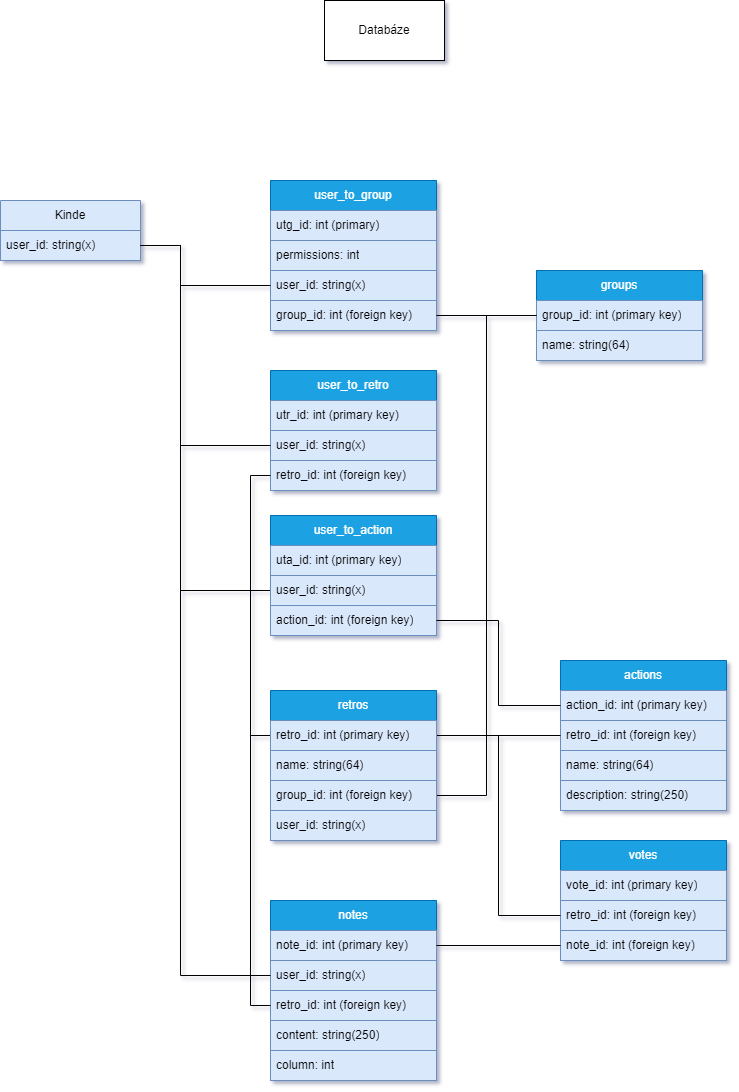
Above: backend/app/database/schemes/Praeterium_DB_scheme.png in ProjNull/Praeteritum (draw.io), before the change. Source tidied: cells renumbered, new cells last; positions are measured from the earlier drawing's top-left corner, leaving out a move shared by most shapes.
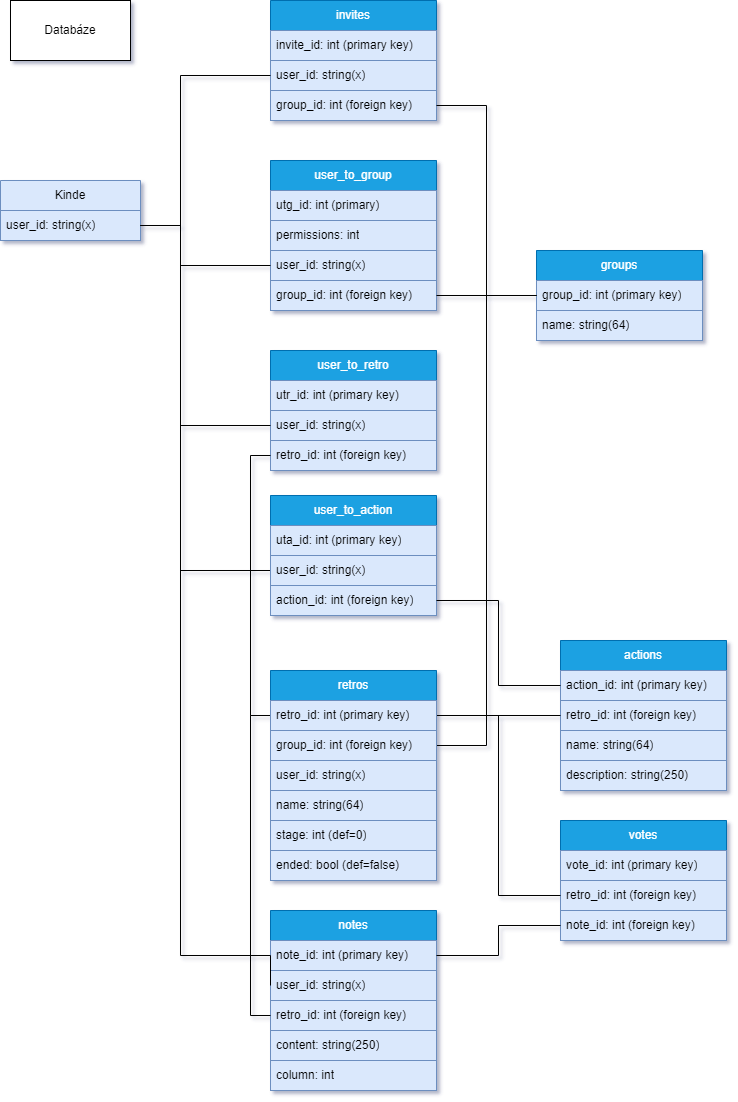
Above is the later version.

Commit message:
updatet db schemes

Diff of the diagram source:
```diff
@@ -3,7 +3,7 @@
     <mxCell id="0" />
     <mxCell id="1" parent="0" />
     <mxCell id="2" value="Databáze" style="rounded=0;whiteSpace=wrap;html=1;" parent="1" vertex="1">
-      <mxGeometry x="324" width="120" height="60" as="geometry" />
+      <mxGeometry x="10" y="20" width="120" height="60" as="geometry" />
     </mxCell>
     <mxCell id="3" value="user_to_group" style="swimlane;fontStyle=0;horizontal=1;startSize=30;whiteSpace=wrap;html=1;fillColor=#1ba1e2;fontColor=#ffffff;strokeColor=#006EAF;" parent="1" vertex="1">
       <mxGeometry x="270" y="180" width="166" height="150" as="geometry" />
@@ -62,7 +62,7 @@
       <mxGeometry relative="1" as="geometry" />
     </mxCell>
     <mxCell id="20" value="notes" style="swimlane;fontStyle=0;horizontal=1;startSize=30;whiteSpace=wrap;html=1;fillColor=#1ba1e2;fontColor=#ffffff;strokeColor=#006EAF;" parent="1" vertex="1">
-      <mxGeometry x="270" y="900" width="166" height="180" as="geometry" />
+      <mxGeometry x="270" y="930" width="166" height="180" as="geometry" />
     </mxCell>
     <mxCell id="21" value="note_id: int (primary key)" style="text;strokeColor=#6c8ebf;fillColor=#dae8fc;align=left;verticalAlign=middle;spacingLeft=4;spacingRight=4;overflow=hidden;points=[[0,0.5],[1,0.5]];portConstraint=eastwest;whiteSpace=wrap;html=1;" parent="20" vertex="1">
       <mxGeometry y="30" width="166" height="30" as="geometry" />
@@ -161,19 +161,48 @@
       <mxGeometry relative="1" as="geometry" />
     </mxCell>
     <mxCell id="48" value="retros" style="swimlane;fontStyle=0;horizontal=1;startSize=30;whiteSpace=wrap;html=1;fillColor=#1ba1e2;fontColor=#ffffff;strokeColor=#006EAF;" parent="1" vertex="1">
-      <mxGeometry x="270" y="690" width="166" height="150" as="geometry" />
+      <mxGeometry x="270" y="690" width="166" height="210" as="geometry" />
     </mxCell>
     <mxCell id="49" value="retro_id: int (primary key)" style="text;strokeColor=#6c8ebf;fillColor=#dae8fc;align=left;verticalAlign=middle;spacingLeft=4;spacingRight=4;overflow=hidden;points=[[0,0.5],[1,0.5]];portConstraint=eastwest;whiteSpace=wrap;html=1;" parent="48" vertex="1">
       <mxGeometry y="30" width="166" height="30" as="geometry" />
     </mxCell>
-    <mxCell id="50" value="name: string(64)" style="text;strokeColor=#6c8ebf;fillColor=#dae8fc;align=left;verticalAlign=middle;spacingLeft=4;spacingRight=4;overflow=hidden;whiteSpace=wrap;html=1;" parent="48" vertex="1">
-      <mxGeometry y="60" width="166" height="30" as="geometry" />
-    </mxCell>
     <mxCell id="51" value="group_id: int (foreign key)" style="text;strokeColor=#6c8ebf;fillColor=#dae8fc;align=left;verticalAlign=middle;spacingLeft=4;spacingRight=4;overflow=hidden;points=[[0,0.5],[1,0.5]];portConstraint=eastwest;whiteSpace=wrap;html=1;" parent="48" vertex="1">
-      <mxGeometry y="90" width="166" height="30" as="geometry" />
+      <mxGeometry y="60" width="166" height="30" as="geometry" />
     </mxCell>
     <mxCell id="52" value="&lt;span style=&quot;text-align: center;&quot;&gt;user_id: string(x)&lt;/span&gt;" style="text;strokeColor=#6c8ebf;fillColor=#dae8fc;align=left;verticalAlign=middle;spacingLeft=4;spacingRight=4;overflow=hidden;whiteSpace=wrap;html=1;" parent="48" vertex="1">
-      <mxGeometry y="120" width="166" height="30" as="geometry" />
+      <mxGeometry y="90" width="166" height="30" as="geometry" />
     </mxCell>
+    <mxCell id="50" value="name: string(64)" style="text;strokeColor=#6c8ebf;fillColor=#dae8fc;align=left;verticalAlign=middle;spacingLeft=4;spacingRight=4;overflow=hidden;whiteSpace=wrap;html=1;" parent="48" vertex="1">
+      <mxGeometry y="120" width="166" height="30" as="geometry" />
+    </mxCell>
+    <mxCell id="53" value="&lt;span style=&quot;text-align: center;&quot;&gt;stage: int (def=0)&lt;/span&gt;" style="text;strokeColor=#6c8ebf;fillColor=#dae8fc;align=left;verticalAlign=middle;spacingLeft=4;spacingRight=4;overflow=hidden;whiteSpace=wrap;html=1;" parent="48" vertex="1">
+      <mxGeometry y="150" width="166" height="30" as="geometry" />
+    </mxCell>
+    <mxCell id="54" value="ended: bool (def=false)" style="text;strokeColor=#6c8ebf;fillColor=#dae8fc;align=left;verticalAlign=middle;spacingLeft=4;spacingRight=4;overflow=hidden;whiteSpace=wrap;html=1;" parent="48" vertex="1">
+      <mxGeometry y="180" width="166" height="30" as="geometry" />
+    </mxCell>
+    <mxCell id="55" value="invites" style="swimlane;fontStyle=0;horizontal=1;startSize=30;whiteSpace=wrap;html=1;fillColor=#1ba1e2;fontColor=#ffffff;strokeColor=#006EAF;" parent="1" vertex="1">
+      <mxGeometry x="270" y="20" width="166" height="120" as="geometry" />
+    </mxCell>
+    <mxCell id="56" value="invite_id: int (primary key)" style="text;strokeColor=#6c8ebf;fillColor=#dae8fc;align=left;verticalAlign=middle;spacingLeft=4;spacingRight=4;overflow=hidden;whiteSpace=wrap;html=1;" parent="55" vertex="1">
+      <mxGeometry y="30" width="166" height="30" as="geometry" />
+    </mxCell>
+    <mxCell id="57" value="user_id: string(x)" style="text;strokeColor=#6c8ebf;fillColor=#dae8fc;align=left;verticalAlign=middle;spacingLeft=4;spacingRight=4;overflow=hidden;points=[[0,0.5],[1,0.5]];portConstraint=eastwest;whiteSpace=wrap;html=1;" parent="55" vertex="1">
+      <mxGeometry y="60" width="166" height="30" as="geometry" />
+    </mxCell>
+    <mxCell id="58" value="group_id: int (foreign key)" style="text;strokeColor=#6c8ebf;fillColor=#dae8fc;align=left;verticalAlign=middle;spacingLeft=4;spacingRight=4;overflow=hidden;points=[[0,0.5],[1,0.5]];portConstraint=eastwest;whiteSpace=wrap;html=1;" parent="55" vertex="1">
+      <mxGeometry y="90" width="166" height="30" as="geometry" />
+    </mxCell>
+    <mxCell id="59" style="edgeStyle=orthogonalEdgeStyle;rounded=0;jettySize=auto;html=1;exitX=1;exitY=0.75;exitDx=0;exitDy=0;startArrow=none;startFill=0;endArrow=none;endFill=0;entryX=0;entryY=0.5;entryDx=0;entryDy=0;" parent="1" edge="1" source="27" target="57">
+      <mxGeometry relative="1" as="geometry">
+        <Array as="points">
+          <mxPoint x="180" y="245" />
+          <mxPoint x="180" y="95" />
+        </Array>
+      </mxGeometry>
+    </mxCell>
+    <mxCell id="60" style="edgeStyle=orthogonalEdgeStyle;rounded=0;jettySize=auto;html=1;startArrow=none;startFill=0;endArrow=none;endFill=0;" parent="1" edge="1" source="10" target="58">
+      <mxGeometry relative="1" as="geometry" />
+    </mxCell>
   </root>
 </mxGraphModel>
```
